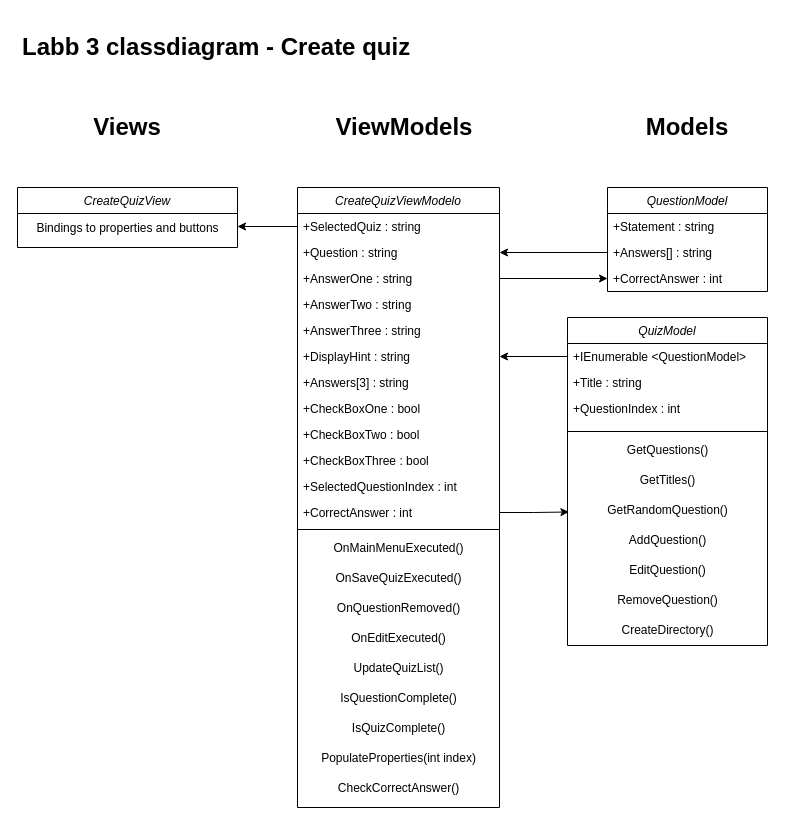
The draw.io diagram Labb3-Ressurrection/Resources/Namnlöst diagram.drawio in MagSandberg/Labb3-Ressurrection, before the edit. Source tidied: cells renumbered, new cells numbered last; positions are measured from the earlier drawing's top-left corner, leaving out a move shared by most shapes. Both pictures are drawn from the tidied source at 100%, with x=0, y=0 at pixel (17, 27).
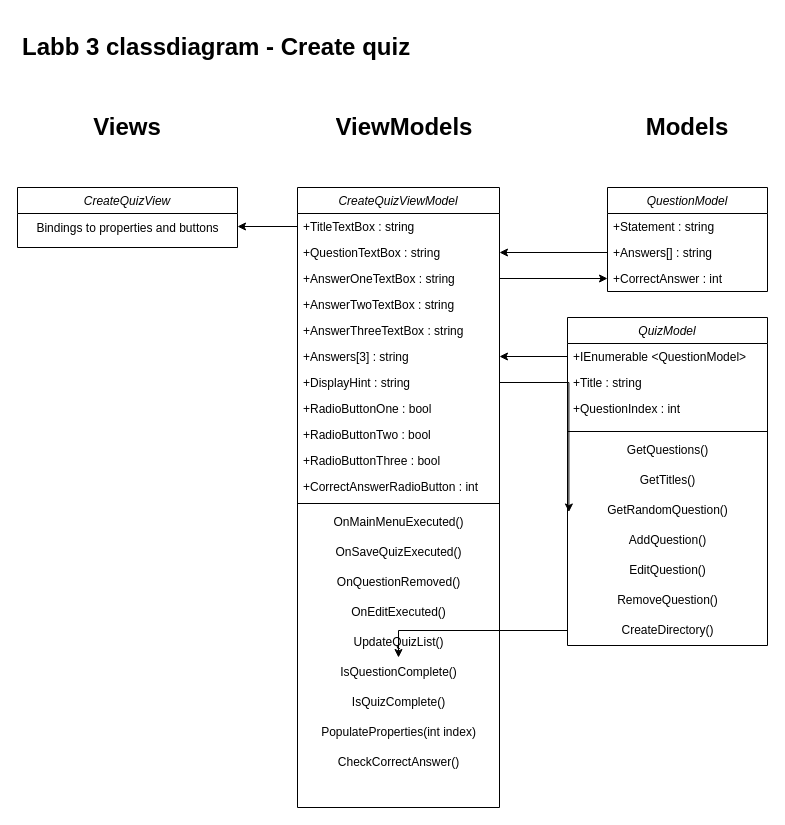
The same page after the edit.

The change refers to these unchanged cells:
```xml
<mxCell id="11" value="+IEnumerable &lt;QuestionModel&gt;" style="text;align=left;verticalAlign=top;spacingLeft=4;spacingRight=4;overflow=hidden;points=[[0,0.5],[1,0.5]];portConstraint=eastwest;" parent="10" vertex="1">
  <mxGeometry y="26" width="200" height="26" as="geometry" />
</mxCell>
<mxCell id="21" value="CreateDirectory()" style="text;html=1;align=center;verticalAlign=middle;points=[];strokeColor=none;fillColor=none;" parent="10" vertex="1">
  <mxGeometry y="298" width="200" height="30" as="geometry" />
</mxCell>
```

What changed in the source:
```diff
@@
-    <mxCell id="22" value="CreateQuizViewModelo" style="swimlane;fontStyle=2;align=center;verticalAlign=top;horizontal=1;startSize=26;rounded=0;shadow=0;strokeWidth=1;" parent="1" vertex="1">
+    <mxCell id="22" value="CreateQuizViewModel" style="swimlane;fontStyle=2;align=center;verticalAlign=top;horizontal=1;startSize=26;rounded=0;shadow=0;strokeWidth=1;" parent="1" vertex="1">
       <mxGeometry x="280" y="160" width="202" height="620" as="geometry" />
     </mxCell>
-    <mxCell id="23" value="+SelectedQuiz : string" style="text;align=left;verticalAlign=top;spacingLeft=4;spacingRight=4;overflow=hidden;points=[[0,0.5],[1,0.5]];portConstraint=eastwest;" parent="22" vertex="1">
+    <mxCell id="23" value="+TitleTextBox : string" style="text;align=left;verticalAlign=top;spacingLeft=4;spacingRight=4;overflow=hidden;points=[[0,0.5],[1,0.5]];portConstraint=eastwest;" parent="22" vertex="1">
       <mxGeometry y="26" width="202" height="26" as="geometry" />
     </mxCell>
-    <mxCell id="24" value="+Question : string" style="text;align=left;verticalAlign=top;spacingLeft=4;spacingRight=4;overflow=hidden;points=[[0,0.5],[1,0.5]];portConstraint=eastwest;rounded=0;shadow=0;html=0;" parent="22" vertex="1">
+    <mxCell id="24" value="+QuestionTextBox : string" style="text;align=left;verticalAlign=top;spacingLeft=4;spacingRight=4;overflow=hidden;points=[[0,0.5],[1,0.5]];portConstraint=eastwest;rounded=0;shadow=0;html=0;" parent="22" vertex="1">
       <mxGeometry y="52" width="202" height="26" as="geometry" />
     </mxCell>
-    <mxCell id="25" value="+AnswerOne : string" style="text;align=left;verticalAlign=top;spacingLeft=4;spacingRight=4;overflow=hidden;points=[[0,0.5],[1,0.5]];portConstraint=eastwest;rounded=0;shadow=0;html=0;" parent="22" vertex="1">
+    <mxCell id="25" value="+AnswerOneTextBox : string" style="text;align=left;verticalAlign=top;spacingLeft=4;spacingRight=4;overflow=hidden;points=[[0,0.5],[1,0.5]];portConstraint=eastwest;rounded=0;shadow=0;html=0;" parent="22" vertex="1">
       <mxGeometry y="78" width="202" height="26" as="geometry" />
     </mxCell>
-    <mxCell id="26" value="+AnswerTwo : string" style="text;align=left;verticalAlign=top;spacingLeft=4;spacingRight=4;overflow=hidden;rounded=0;shadow=0;html=0;" parent="22" vertex="1">
+    <mxCell id="26" value="+AnswerTwoTextBox : string" style="text;align=left;verticalAlign=top;spacingLeft=4;spacingRight=4;overflow=hidden;rounded=0;shadow=0;html=0;" parent="22" vertex="1">
       <mxGeometry y="104" width="202" height="26" as="geometry" />
     </mxCell>
-    <mxCell id="27" value="+AnswerThree : string" style="text;align=left;verticalAlign=top;spacingLeft=4;spacingRight=4;overflow=hidden;rounded=0;shadow=0;html=0;" parent="22" vertex="1">
+    <mxCell id="27" value="+AnswerThreeTextBox : string" style="text;align=left;verticalAlign=top;spacingLeft=4;spacingRight=4;overflow=hidden;rounded=0;shadow=0;html=0;" parent="22" vertex="1">
       <mxGeometry y="130" width="202" height="26" as="geometry" />
     </mxCell>
-    <mxCell id="28" value="+DisplayHint : string" style="text;align=left;verticalAlign=top;spacingLeft=4;spacingRight=4;overflow=hidden;points=[[0,0.5],[1,0.5]];portConstraint=eastwest;rounded=0;shadow=0;html=0;" parent="22" vertex="1">
-      <mxGeometry y="156" width="202" height="26" as="geometry" />
-    </mxCell>
     <mxCell id="29" value="+Answers[3] : string" style="text;align=left;verticalAlign=top;spacingLeft=4;spacingRight=4;overflow=hidden;rounded=0;shadow=0;html=0;" parent="22" vertex="1">
-      <mxGeometry y="182" width="202" height="26" as="geometry" />
+      <mxGeometry y="156" width="202" height="26" as="geometry" />
     </mxCell>
+    <mxCell id="34" value="+DisplayHint : string" style="text;align=left;verticalAlign=top;spacingLeft=4;spacingRight=4;overflow=hidden;points=[[0,0.5],[1,0.5]];portConstraint=eastwest;rounded=0;shadow=0;html=0;" parent="22" vertex="1">
+      <mxGeometry y="182" width="202" height="26" as="geometry" />
+    </mxCell>
-    <mxCell id="30" value="+CheckBoxOne : bool" style="text;align=left;verticalAlign=top;spacingLeft=4;spacingRight=4;overflow=hidden;rounded=0;shadow=0;html=0;" parent="22" vertex="1">
+    <mxCell id="30" value="+RadioButtonOne : bool" style="text;align=left;verticalAlign=top;spacingLeft=4;spacingRight=4;overflow=hidden;rounded=0;shadow=0;html=0;" parent="22" vertex="1">
       <mxGeometry y="208" width="202" height="26" as="geometry" />
     </mxCell>
-    <mxCell id="31" value="+CheckBoxTwo : bool" style="text;align=left;verticalAlign=top;spacingLeft=4;spacingRight=4;overflow=hidden;rounded=0;shadow=0;html=0;" parent="22" vertex="1">
+    <mxCell id="31" value="+RadioButtonTwo : bool" style="text;align=left;verticalAlign=top;spacingLeft=4;spacingRight=4;overflow=hidden;rounded=0;shadow=0;html=0;" parent="22" vertex="1">
       <mxGeometry y="234" width="202" height="26" as="geometry" />
     </mxCell>
-    <mxCell id="32" value="+CheckBoxThree : bool" style="text;align=left;verticalAlign=top;spacingLeft=4;spacingRight=4;overflow=hidden;rounded=0;shadow=0;html=0;" parent="22" vertex="1">
+    <mxCell id="32" value="+RadioButtonThree : bool" style="text;align=left;verticalAlign=top;spacingLeft=4;spacingRight=4;overflow=hidden;rounded=0;shadow=0;html=0;" parent="22" vertex="1">
       <mxGeometry y="260" width="202" height="26" as="geometry" />
     </mxCell>
-    <mxCell id="33" value="+SelectedQuestionIndex : int" style="text;align=left;verticalAlign=top;spacingLeft=4;spacingRight=4;overflow=hidden;rounded=0;shadow=0;html=0;" parent="22" vertex="1">
-      <mxGeometry y="286" width="202" height="26" as="geometry" />
-    </mxCell>
-    <mxCell id="34" value="+CorrectAnswer : int" style="text;align=left;verticalAlign=top;spacingLeft=4;spacingRight=4;overflow=hidden;points=[[0,0.5],[1,0.5]];portConstraint=eastwest;rounded=0;shadow=0;html=0;" parent="22" vertex="1">
-      <mxGeometry y="312" width="202" height="26" as="geometry" />
-    </mxCell>
+    <mxCell id="52" value="+CorrectAnswerRadioButton : int" style="text;align=left;verticalAlign=top;spacingLeft=4;spacingRight=4;overflow=hidden;rounded=0;shadow=0;html=0;" parent="22" vertex="1">
+      <mxGeometry y="286" width="202" height="26" as="geometry" />
+    </mxCell>
     <mxCell id="35" style="line;strokeWidth=1;fillColor=none;align=left;verticalAlign=middle;spacingTop=-1;spacingLeft=3;spacingRight=3;labelPosition=right;strokeColor=inherit;" parent="22" vertex="1">
-      <mxGeometry y="338" width="202" height="8" as="geometry" />
+      <mxGeometry y="312" width="202" height="8" as="geometry" />
     </mxCell>
     <mxCell id="36" value="OnMainMenuExecuted()" style="text;html=1;align=center;verticalAlign=middle;strokeColor=none;fillColor=none;" parent="22" vertex="1">
-      <mxGeometry y="346" width="202" height="30" as="geometry" />
+      <mxGeometry y="320" width="202" height="30" as="geometry" />
     </mxCell>
     <mxCell id="37" value="OnSaveQuizExecuted()" style="text;html=1;align=center;verticalAlign=middle;strokeColor=none;fillColor=none;" parent="22" vertex="1">
-      <mxGeometry y="376" width="202" height="30" as="geometry" />
+      <mxGeometry y="350" width="202" height="30" as="geometry" />
     </mxCell>
     <mxCell id="38" value="OnQuestionRemoved()" style="text;html=1;align=center;verticalAlign=middle;strokeColor=none;fillColor=none;" parent="22" vertex="1">
-      <mxGeometry y="406" width="202" height="30" as="geometry" />
+      <mxGeometry y="380" width="202" height="30" as="geometry" />
     </mxCell>
     <mxCell id="39" value="OnEditExecuted()" style="text;html=1;align=center;verticalAlign=middle;strokeColor=none;fillColor=none;" parent="22" vertex="1">
-      <mxGeometry y="436" width="202" height="30" as="geometry" />
+      <mxGeometry y="410" width="202" height="30" as="geometry" />
     </mxCell>
     <mxCell id="40" value="UpdateQuizList()" style="text;html=1;align=center;verticalAlign=middle;strokeColor=none;fillColor=none;" parent="22" vertex="1">
-      <mxGeometry y="466" width="202" height="30" as="geometry" />
+      <mxGeometry y="440" width="202" height="30" as="geometry" />
     </mxCell>
     <mxCell id="41" value="IsQuestionComplete()" style="text;html=1;align=center;verticalAlign=middle;points=[];strokeColor=none;fillColor=none;" parent="22" vertex="1">
-      <mxGeometry y="496" width="202" height="30" as="geometry" />
+      <mxGeometry y="470" width="202" height="30" as="geometry" />
     </mxCell>
     <mxCell id="42" value="IsQuizComplete()" style="text;html=1;align=center;verticalAlign=middle;strokeColor=none;fillColor=none;" parent="22" vertex="1">
-      <mxGeometry y="526" width="202" height="30" as="geometry" />
+      <mxGeometry y="500" width="202" height="30" as="geometry" />
     </mxCell>
     <mxCell id="43" value="PopulateProperties(int index)" style="text;html=1;align=center;verticalAlign=middle;strokeColor=none;fillColor=none;" parent="22" vertex="1">
-      <mxGeometry y="556" width="202" height="30" as="geometry" />
+      <mxGeometry y="530" width="202" height="30" as="geometry" />
     </mxCell>
     <mxCell id="44" value="CheckCorrectAnswer()" style="text;html=1;align=center;verticalAlign=middle;strokeColor=none;fillColor=none;" parent="22" vertex="1">
-      <mxGeometry y="586" width="202" height="30" as="geometry" />
+      <mxGeometry y="560" width="202" height="30" as="geometry" />
     </mxCell>
@@
-    <mxCell id="50" style="edgeStyle=orthogonalEdgeStyle;rounded=0;jettySize=auto;html=1;entryX=1;entryY=0.5;entryDx=0;entryDy=0;" parent="1" edge="1" source="11" target="28">
-      <mxGeometry relative="1" as="geometry" />
+    <mxCell id="50" style="edgeStyle=orthogonalEdgeStyle;rounded=0;jettySize=auto;html=1;entryX=1;entryY=0.5;entryDx=0;entryDy=0;" parent="1" edge="1" source="11">
+      <mxGeometry relative="1" as="geometry">
+        <mxPoint x="482" y="329" as="targetPoint" />
+      </mxGeometry>
     </mxCell>
@@
+    <mxCell id="53" style="edgeStyle=orthogonalEdgeStyle;rounded=0;jettySize=auto;html=1;" parent="1" edge="1" source="21" target="41">
+      <mxGeometry relative="1" as="geometry" />
+    </mxCell>
```
